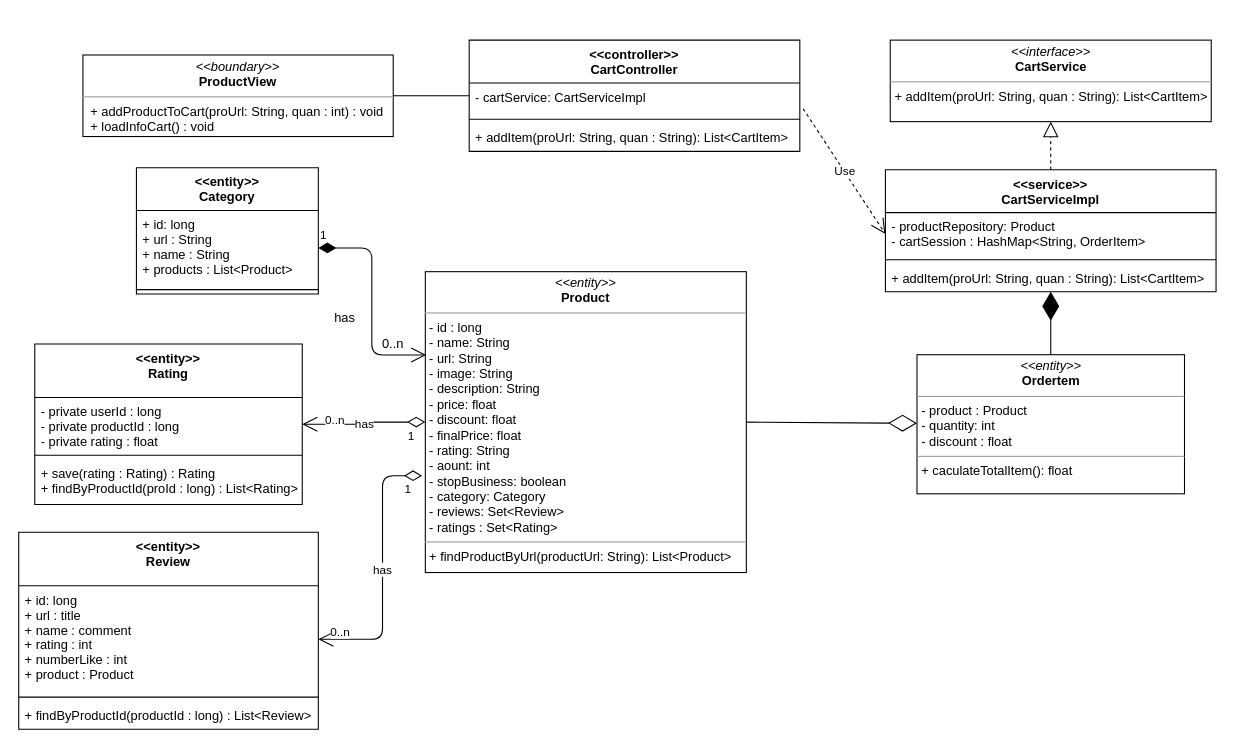
Before: class diagram/add-product-to-cart-class-diagram.drawio in nguyenphamvan/datn_20202, a draw.io diagram. Source tidied: cells renumbered, new cells numbered last; positions are measured from the earlier drawing's top-left corner, leaving out a move shared by most shapes. Both pictures are drawn from the tidied source at 107%, with x=0, y=0 at pixel (18, 40).
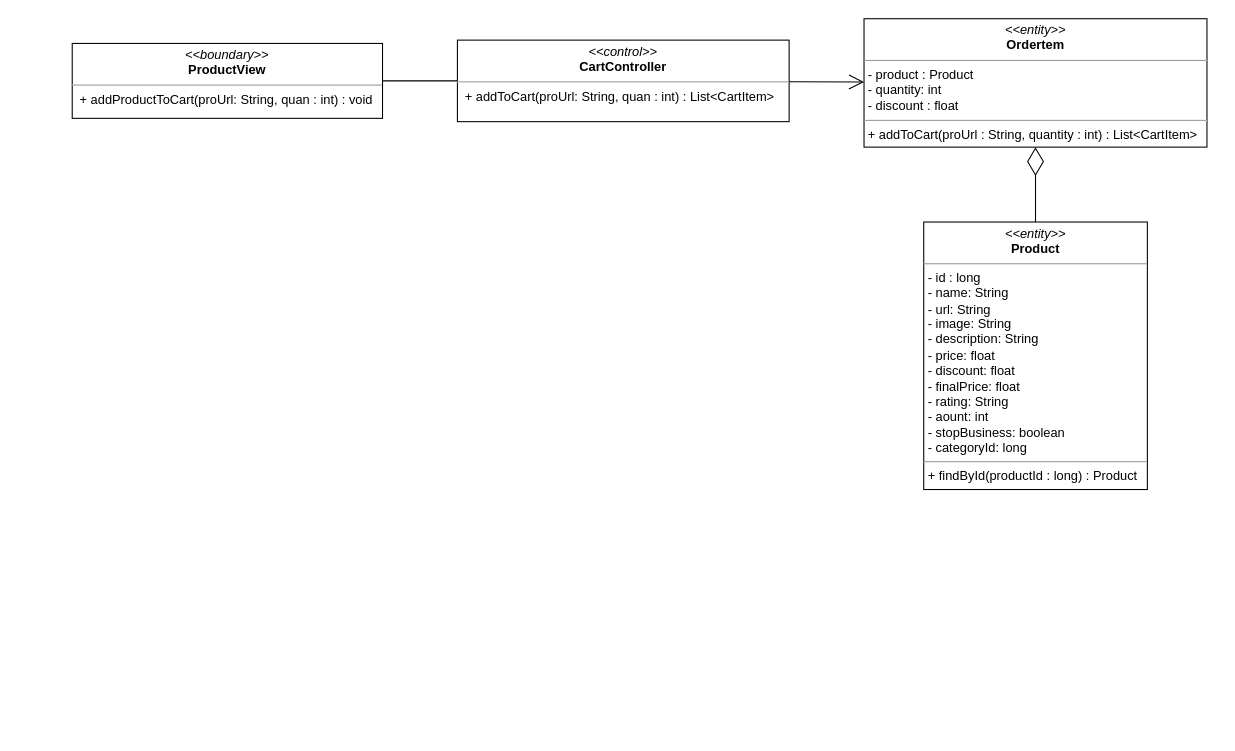
The same page after the edit.

The edit, as a diff of the source:
```diff
@@
-    <mxCell id="2" value="&lt;p style=&quot;margin: 0px ; margin-top: 4px ; text-align: center&quot;&gt;&lt;i&gt;&amp;lt;&amp;lt;boundary&amp;gt;&amp;gt;&lt;/i&gt;&lt;br&gt;&lt;b&gt;ProductView&lt;/b&gt;&lt;/p&gt;&lt;hr size=&quot;1&quot;&gt;&lt;p style=&quot;margin: 0px ; margin-left: 4px&quot;&gt;&lt;span&gt;&amp;nbsp;+ addProductToCart(proUrl: String, quan : int) : void&lt;/span&gt;&lt;/p&gt;&lt;p style=&quot;margin: 0px ; margin-left: 4px&quot;&gt;&amp;nbsp;+ loadInfoCart() : void&lt;/p&gt;" style="verticalAlign=top;align=left;overflow=fill;fontSize=12;fontFamily=Helvetica;html=1;" parent="1" vertex="1">
-      <mxGeometry x="60" y="13.9" width="290" height="76.2" as="geometry" />
+    <mxCell id="2" value="&lt;p style=&quot;margin: 0px ; margin-top: 4px ; text-align: center&quot;&gt;&lt;i&gt;&amp;lt;&amp;lt;boundary&amp;gt;&amp;gt;&lt;/i&gt;&lt;br&gt;&lt;b&gt;ProductView&lt;/b&gt;&lt;/p&gt;&lt;hr size=&quot;1&quot;&gt;&lt;p style=&quot;margin: 0px ; margin-left: 4px&quot;&gt;&lt;span&gt;&amp;nbsp;+ addProductToCart(proUrl: String, quan : int) : void&lt;/span&gt;&lt;/p&gt;" style="verticalAlign=top;align=left;overflow=fill;fontSize=12;fontFamily=Helvetica;html=1;" parent="1" vertex="1">
+      <mxGeometry x="50" y="3.1" width="290" height="70" as="geometry" />
     </mxCell>
-    <mxCell id="3" style="endArrow=none;html=1;edgeStyle=orthogonalEdgeStyle;exitX=1;exitY=0.5;exitDx=0;exitDy=0;" parent="1" edge="1" source="2" target="31">
+    <mxCell id="3" style="endArrow=none;html=1;edgeStyle=orthogonalEdgeStyle;exitX=1;exitY=0.5;exitDx=0;exitDy=0;" parent="1" edge="1" source="2" target="39">
       <mxGeometry relative="1" as="geometry" />
     </mxCell>
-    <mxCell id="4" value="&lt;p style=&quot;margin: 0px ; margin-top: 4px ; text-align: center&quot;&gt;&lt;i&gt;&amp;lt;&amp;lt;entity&amp;gt;&amp;gt;&lt;/i&gt;&lt;br&gt;&lt;b&gt;Ordertem&lt;/b&gt;&lt;/p&gt;&lt;hr size=&quot;1&quot;&gt;&lt;p style=&quot;margin: 0px ; margin-left: 4px&quot;&gt;- product : Product&lt;/p&gt;&lt;p style=&quot;margin: 0px ; margin-left: 4px&quot;&gt;- quantity: int&lt;br&gt;- discount : float&lt;/p&gt;&lt;hr size=&quot;1&quot;&gt;&lt;p style=&quot;margin: 0px ; margin-left: 4px&quot;&gt;+ caculateTotalItem(): float&lt;br&gt;&lt;/p&gt;" style="verticalAlign=top;align=left;overflow=fill;fontSize=12;fontFamily=Helvetica;html=1;" parent="1" vertex="1">
-      <mxGeometry x="839.5" y="294" width="250" height="130" as="geometry" />
+    <mxCell id="4" value="&lt;p style=&quot;margin: 0px ; margin-top: 4px ; text-align: center&quot;&gt;&lt;i&gt;&amp;lt;&amp;lt;entity&amp;gt;&amp;gt;&lt;/i&gt;&lt;br&gt;&lt;b&gt;Ordertem&lt;/b&gt;&lt;/p&gt;&lt;hr size=&quot;1&quot;&gt;&lt;p style=&quot;margin: 0px ; margin-left: 4px&quot;&gt;- product : Product&lt;/p&gt;&lt;p style=&quot;margin: 0px ; margin-left: 4px&quot;&gt;- quantity: int&lt;br&gt;- discount : float&lt;/p&gt;&lt;hr size=&quot;1&quot;&gt;&lt;p style=&quot;margin: 0px ; margin-left: 4px&quot;&gt;+ addToCart(proUrl : String, quantity : int) : List&amp;lt;CartItem&amp;gt;&lt;/p&gt;" style="verticalAlign=top;align=left;overflow=fill;fontSize=12;fontFamily=Helvetica;html=1;" parent="1" vertex="1">
+      <mxGeometry x="790" y="-20" width="320.5" height="120" as="geometry" />
     </mxCell>
-    <mxCell id="5" value="&lt;p style=&quot;margin: 0px ; margin-top: 4px ; text-align: center&quot;&gt;&lt;i&gt;&amp;lt;&amp;lt;interface&amp;gt;&amp;gt;&lt;/i&gt;&lt;br&gt;&lt;b&gt;CartService&lt;/b&gt;&lt;/p&gt;&lt;hr size=&quot;1&quot;&gt;&lt;p style=&quot;margin: 0px ; margin-left: 4px&quot;&gt;+ addItem(proUrl: String, quan : String): List&amp;lt;CartItem&amp;gt;&lt;/p&gt;" style="verticalAlign=top;align=left;overflow=fill;fontSize=12;fontFamily=Helvetica;html=1;" parent="1" vertex="1">
-      <mxGeometry x="814.5" width="300" height="76.2" as="geometry" />
-    </mxCell>
-    <mxCell id="6" value="&lt;p style=&quot;margin: 0px ; margin-top: 4px ; text-align: center&quot;&gt;&lt;i&gt;&amp;lt;&amp;lt;entity&amp;gt;&amp;gt;&lt;/i&gt;&lt;br&gt;&lt;b&gt;Product&lt;/b&gt;&lt;/p&gt;&lt;hr size=&quot;1&quot;&gt;&lt;p style=&quot;margin: 0px ; margin-left: 4px&quot;&gt;- id : long&lt;/p&gt;&lt;p style=&quot;margin: 0px ; margin-left: 4px&quot;&gt;- name: String&lt;br&gt;- url: String&lt;/p&gt;&lt;p style=&quot;margin: 0px ; margin-left: 4px&quot;&gt;- image: String&lt;/p&gt;&lt;p style=&quot;margin: 0px ; margin-left: 4px&quot;&gt;- description: String&lt;/p&gt;&lt;p style=&quot;margin: 0px ; margin-left: 4px&quot;&gt;- price: float&lt;/p&gt;&lt;p style=&quot;margin: 0px ; margin-left: 4px&quot;&gt;- discount: float&lt;/p&gt;&lt;p style=&quot;margin: 0px ; margin-left: 4px&quot;&gt;- finalPrice: float&lt;/p&gt;&lt;p style=&quot;margin: 0px ; margin-left: 4px&quot;&gt;- rating: String&lt;/p&gt;&lt;p style=&quot;margin: 0px ; margin-left: 4px&quot;&gt;- aount: int&lt;/p&gt;&lt;p style=&quot;margin: 0px ; margin-left: 4px&quot;&gt;- stopBusiness: boolean&lt;/p&gt;&lt;p style=&quot;margin: 0px ; margin-left: 4px&quot;&gt;- category: Category&lt;/p&gt;&lt;p style=&quot;margin: 0px ; margin-left: 4px&quot;&gt;- reviews: Set&amp;lt;Review&amp;gt;&lt;/p&gt;&lt;p style=&quot;margin: 0px ; margin-left: 4px&quot;&gt;- ratings : Set&amp;lt;Rating&amp;gt;&lt;/p&gt;&lt;hr size=&quot;1&quot;&gt;&lt;p style=&quot;margin: 0px ; margin-left: 4px&quot;&gt;+ findProductByUrl(productUrl: String): List&amp;lt;Product&amp;gt;&lt;br&gt;&lt;/p&gt;" style="verticalAlign=top;align=left;overflow=fill;fontSize=12;fontFamily=Helvetica;html=1;" parent="1" vertex="1">
-      <mxGeometry x="380" y="216.4" width="300" height="281.2" as="geometry" />
+    <mxCell id="6" value="&lt;p style=&quot;margin: 0px ; margin-top: 4px ; text-align: center&quot;&gt;&lt;i&gt;&amp;lt;&amp;lt;entity&amp;gt;&amp;gt;&lt;/i&gt;&lt;br&gt;&lt;b&gt;Product&lt;/b&gt;&lt;/p&gt;&lt;hr size=&quot;1&quot;&gt;&lt;p style=&quot;margin: 0px ; margin-left: 4px&quot;&gt;- id : long&lt;/p&gt;&lt;p style=&quot;margin: 0px ; margin-left: 4px&quot;&gt;- name: String&lt;br&gt;- url: String&lt;/p&gt;&lt;p style=&quot;margin: 0px ; margin-left: 4px&quot;&gt;- image: String&lt;/p&gt;&lt;p style=&quot;margin: 0px ; margin-left: 4px&quot;&gt;- description: String&lt;/p&gt;&lt;p style=&quot;margin: 0px ; margin-left: 4px&quot;&gt;- price: float&lt;/p&gt;&lt;p style=&quot;margin: 0px ; margin-left: 4px&quot;&gt;- discount: float&lt;/p&gt;&lt;p style=&quot;margin: 0px ; margin-left: 4px&quot;&gt;- finalPrice: float&lt;/p&gt;&lt;p style=&quot;margin: 0px ; margin-left: 4px&quot;&gt;- rating: String&lt;/p&gt;&lt;p style=&quot;margin: 0px ; margin-left: 4px&quot;&gt;- aount: int&lt;/p&gt;&lt;p style=&quot;margin: 0px ; margin-left: 4px&quot;&gt;- stopBusiness: boolean&lt;/p&gt;&lt;p style=&quot;margin: 0px ; margin-left: 4px&quot;&gt;- categoryId: long&lt;/p&gt;&lt;hr size=&quot;1&quot;&gt;&lt;p style=&quot;margin: 0px ; margin-left: 4px&quot;&gt;+ findById(productId : long) : Product&lt;/p&gt;" style="verticalAlign=top;align=left;overflow=fill;fontSize=12;fontFamily=Helvetica;html=1;" parent="1" vertex="1">
+      <mxGeometry x="845.8" y="170" width="209" height="250" as="geometry" />
     </mxCell>
-    <mxCell id="7" value="&lt;&lt;entity&gt;&gt;&#10;Category" style="swimlane;fontStyle=1;align=center;verticalAlign=top;horizontal=1;startSize=40;" parent="1" vertex="1">
-      <mxGeometry x="110" y="119.2" width="170" height="118" as="geometry" />
-    </mxCell>
-    <mxCell id="8" value="+ id: long&#10;+ url : String&#10;+ name : String&#10;+ products : List&lt;Product&gt;" style="text;strokeColor=none;fillColor=none;align=left;verticalAlign=top;spacingLeft=4;spacingRight=4;overflow=hidden;points=[[0,0.5],[1,0.5]];portConstraint=eastwest;" parent="7" vertex="1">
-      <mxGeometry y="40" width="170" height="70" as="geometry" />
-    </mxCell>
-    <mxCell id="9" style="line;strokeWidth=1;fillColor=none;align=left;verticalAlign=middle;spacingTop=-1;spacingLeft=3;spacingRight=3;labelPosition=right;" parent="7" vertex="1">
-      <mxGeometry y="110" width="170" height="8" as="geometry" />
-    </mxCell>
-    <mxCell id="10" value="has" style="endArrow=open;html=1;endSize=12;startArrow=diamondThin;startSize=14;startFill=0;edgeStyle=orthogonalEdgeStyle;exitX=-0.01;exitY=0.678;exitDx=0;exitDy=0;exitPerimeter=0;entryX=1;entryY=0.5;entryDx=0;entryDy=0;" parent="1" edge="1" source="6" target="24">
-      <mxGeometry relative="1" as="geometry">
-        <Array as="points">
-          <mxPoint x="340" y="407" />
-          <mxPoint x="340" y="560" />
-        </Array>
-      </mxGeometry>
-    </mxCell>
-    <mxCell id="11" value="1" style="edgeLabel;html=1;align=left;verticalAlign=top;" parent="10" vertex="1">
-      <mxGeometry x="-1" relative="1" as="geometry">
-        <mxPoint x="-18" as="offset" />
-      </mxGeometry>
-    </mxCell>
-    <mxCell id="12" value="0..n" style="edgeLabel;html=1;align=right;verticalAlign=top;" parent="10" vertex="1">
-      <mxGeometry x="1" relative="1" as="geometry">
-        <mxPoint x="30" y="-20" as="offset" />
-      </mxGeometry>
-    </mxCell>
-    <mxCell id="13" value="has" style="endArrow=open;html=1;endSize=12;startArrow=diamondThin;startSize=14;startFill=0;edgeStyle=orthogonalEdgeStyle;" parent="1" edge="1" source="6" target="16">
-      <mxGeometry relative="1" as="geometry" />
-    </mxCell>
-    <mxCell id="14" value="1" style="edgeLabel;html=1;align=left;verticalAlign=top;" parent="13" vertex="1">
-      <mxGeometry x="-1" relative="1" as="geometry">
-        <mxPoint x="-18" as="offset" />
-      </mxGeometry>
-    </mxCell>
-    <mxCell id="15" value="0..n" style="edgeLabel;html=1;align=right;verticalAlign=top;" parent="13" vertex="1">
-      <mxGeometry x="1" relative="1" as="geometry">
-        <mxPoint x="40" y="-17" as="offset" />
-      </mxGeometry>
-    </mxCell>
-    <mxCell id="16" value="&lt;&lt;entity&gt;&gt;&#10;Rating" style="swimlane;fontStyle=1;align=center;verticalAlign=top;horizontal=1;startSize=50;" parent="1" vertex="1">
-      <mxGeometry x="15" y="284" width="250" height="150" as="geometry" />
-    </mxCell>
-    <mxCell id="17" value="- private userId : long&#10;- private productId : long&#10;- private rating : float" style="text;strokeColor=none;fillColor=none;align=left;verticalAlign=top;spacingLeft=4;spacingRight=4;overflow=hidden;" parent="16" vertex="1">
-      <mxGeometry y="50" width="250" height="50" as="geometry" />
-    </mxCell>
-    <mxCell id="18" style="line;strokeWidth=1;fillColor=none;align=left;verticalAlign=middle;spacingTop=-1;spacingLeft=3;spacingRight=3;labelPosition=right;" parent="16" vertex="1">
-      <mxGeometry y="100" width="250" height="8" as="geometry" />
-    </mxCell>
-    <mxCell id="19" value="+ save(rating : Rating) : Rating&#10;+ findByProductId(proId : long) : List&lt;Rating&gt;" style="text;strokeColor=none;fillColor=none;align=left;verticalAlign=top;spacingLeft=4;spacingRight=4;overflow=hidden;" parent="16" vertex="1">
-      <mxGeometry y="108" width="250" height="42" as="geometry" />
-    </mxCell>
-    <mxCell id="20" value="has" style="text;html=1;strokeColor=none;fillColor=none;align=center;verticalAlign=middle;whiteSpace=wrap;rounded=0;" parent="1" vertex="1">
-      <mxGeometry x="290" y="250" width="30" height="20" as="geometry" />
-    </mxCell>
-    <mxCell id="21" value="0..n" style="text;html=1;strokeColor=none;fillColor=none;align=center;verticalAlign=middle;whiteSpace=wrap;rounded=0;" parent="1" vertex="1">
-      <mxGeometry x="330" y="274" width="40" height="20" as="geometry" />
-    </mxCell>
-    <mxCell id="22" value="1" style="endArrow=open;html=1;endSize=12;startArrow=diamondThin;startSize=14;startFill=1;edgeStyle=orthogonalEdgeStyle;align=left;verticalAlign=bottom;exitX=1;exitY=0.5;exitDx=0;exitDy=0;entryX=0.003;entryY=0.277;entryDx=0;entryDy=0;entryPerimeter=0;" parent="1" edge="1" source="8" target="6">
-      <mxGeometry x="-1" y="3" relative="1" as="geometry" />
-    </mxCell>
-    <mxCell id="23" value="&lt;&lt;entity&gt;&gt;&#10;Review" style="swimlane;fontStyle=1;align=center;verticalAlign=top;horizontal=1;startSize=50;" parent="1" vertex="1">
-      <mxGeometry y="460" width="280" height="184" as="geometry" />
-    </mxCell>
-    <mxCell id="24" value="+ id: long&#10;+ url : title&#10;+ name : comment&#10;+ rating : int&#10;+ numberLike : int&#10;+ product : Product" style="text;strokeColor=none;fillColor=none;align=left;verticalAlign=top;spacingLeft=4;spacingRight=4;overflow=hidden;points=[[0,0.5],[1,0.5]];portConstraint=eastwest;" parent="23" vertex="1">
-      <mxGeometry y="50" width="280" height="100" as="geometry" />
-    </mxCell>
-    <mxCell id="25" style="line;strokeWidth=1;fillColor=none;align=left;verticalAlign=middle;spacingTop=-1;spacingLeft=3;spacingRight=3;labelPosition=right;" parent="23" vertex="1">
-      <mxGeometry y="150" width="280" height="8" as="geometry" />
-    </mxCell>
-    <mxCell id="26" value="+ findByProductId(productId : long) : List&lt;Review&gt;" style="text;strokeColor=none;fillColor=none;align=left;verticalAlign=top;spacingLeft=4;spacingRight=4;overflow=hidden;" parent="23" vertex="1">
-      <mxGeometry y="158" width="280" height="26" as="geometry" />
-    </mxCell>
-    <mxCell id="27" value="&lt;&lt;service&gt;&gt;&#10;CartServiceImpl" style="swimlane;fontStyle=1;align=center;verticalAlign=top;horizontal=1;startSize=40;" parent="1" vertex="1">
-      <mxGeometry x="810" y="121.2" width="309" height="114" as="geometry" />
-    </mxCell>
-    <mxCell id="28" value="- productRepository: Product&#10;- cartSession : HashMap&lt;String, OrderItem&gt;" style="text;strokeColor=none;fillColor=none;align=left;verticalAlign=top;spacingLeft=4;spacingRight=4;overflow=hidden;points=[[0,0.5],[1,0.5]];portConstraint=eastwest;" parent="27" vertex="1">
-      <mxGeometry y="40" width="309" height="40" as="geometry" />
-    </mxCell>
-    <mxCell id="29" style="line;strokeWidth=1;fillColor=none;align=left;verticalAlign=middle;spacingTop=-1;spacingLeft=3;spacingRight=3;labelPosition=right;" parent="27" vertex="1">
-      <mxGeometry y="80" width="309" height="8" as="geometry" />
-    </mxCell>
-    <mxCell id="30" value="+ addItem(proUrl: String, quan : String): List&lt;CartItem&gt;" style="text;strokeColor=none;fillColor=none;align=left;verticalAlign=top;spacingLeft=4;spacingRight=4;overflow=hidden;" parent="27" vertex="1">
-      <mxGeometry y="88" width="309" height="26" as="geometry" />
-    </mxCell>
-    <mxCell id="31" value="&lt;&lt;controller&gt;&gt;&#10;CartController" style="swimlane;fontStyle=1;align=center;verticalAlign=top;horizontal=1;startSize=40;" parent="1" vertex="1">
-      <mxGeometry x="421" width="309" height="104" as="geometry" />
-    </mxCell>
-    <mxCell id="32" value="- cartService: CartServiceImpl" style="text;strokeColor=none;fillColor=none;align=left;verticalAlign=top;spacingLeft=4;spacingRight=4;overflow=hidden;points=[[0,0.5],[1,0.5]];portConstraint=eastwest;" parent="31" vertex="1">
-      <mxGeometry y="40" width="309" height="30" as="geometry" />
-    </mxCell>
-    <mxCell id="33" style="line;strokeWidth=1;fillColor=none;align=left;verticalAlign=middle;spacingTop=-1;spacingLeft=3;spacingRight=3;labelPosition=right;" parent="31" vertex="1">
-      <mxGeometry y="70" width="309" height="8" as="geometry" />
-    </mxCell>
-    <mxCell id="34" value="+ addItem(proUrl: String, quan : String): List&lt;CartItem&gt;" style="text;strokeColor=none;fillColor=none;align=left;verticalAlign=top;spacingLeft=4;spacingRight=4;overflow=hidden;" parent="31" vertex="1">
-      <mxGeometry y="78" width="309" height="26" as="geometry" />
-    </mxCell>
-    <mxCell id="35" value="Use" style="endArrow=open;endSize=12;dashed=1;html=1;exitX=1.01;exitY=0.803;exitDx=0;exitDy=0;exitPerimeter=0;entryX=0;entryY=0.5;entryDx=0;entryDy=0;" parent="1" edge="1" source="32" target="28">
-      <mxGeometry relative="1" as="geometry" />
-    </mxCell>
-    <mxCell id="36" style="endArrow=block;dashed=1;endFill=0;endSize=12;html=1;entryX=0.5;entryY=1;entryDx=0;entryDy=0;exitX=0.5;exitY=0;exitDx=0;exitDy=0;" parent="1" edge="1" source="27" target="5">
-      <mxGeometry relative="1" as="geometry" />
-    </mxCell>
-    <mxCell id="37" style="endArrow=diamondThin;endFill=1;endSize=24;html=1;exitX=0.5;exitY=0;exitDx=0;exitDy=0;" parent="1" edge="1" source="4" target="27">
-      <mxGeometry relative="1" as="geometry" />
-    </mxCell>
-    <mxCell id="38" style="endArrow=diamondThin;endFill=0;endSize=24;html=1;exitX=1;exitY=0.5;exitDx=0;exitDy=0;" parent="1" edge="1" source="6" target="4">
+    <mxCell id="38" style="endArrow=diamondThin;endFill=0;endSize=24;html=1;" parent="1" edge="1" source="6" target="4">
       <mxGeometry relative="1" as="geometry" />
     </mxCell>
+    <mxCell id="39" value="&lt;p style=&quot;margin: 0px ; margin-top: 4px ; text-align: center&quot;&gt;&lt;i&gt;&amp;lt;&amp;lt;control&amp;gt;&amp;gt;&lt;/i&gt;&lt;br&gt;&lt;b&gt;CartController&lt;/b&gt;&lt;/p&gt;&lt;hr size=&quot;1&quot;&gt;&lt;p style=&quot;margin: 0px ; margin-left: 4px&quot;&gt;&lt;span&gt;&amp;nbsp;+ addToCart(proUrl: String, quan : int) : List&amp;lt;CartItem&amp;gt;&lt;/span&gt;&lt;/p&gt;" style="verticalAlign=top;align=left;overflow=fill;fontSize=12;fontFamily=Helvetica;html=1;" parent="1" vertex="1">
+      <mxGeometry x="410" width="310" height="76.2" as="geometry" />
+    </mxCell>
+    <mxCell id="40" style="endArrow=open;endFill=1;endSize=12;html=1;" parent="1" edge="1" source="39" target="4">
+      <mxGeometry relative="1" as="geometry" />
+    </mxCell>
```
